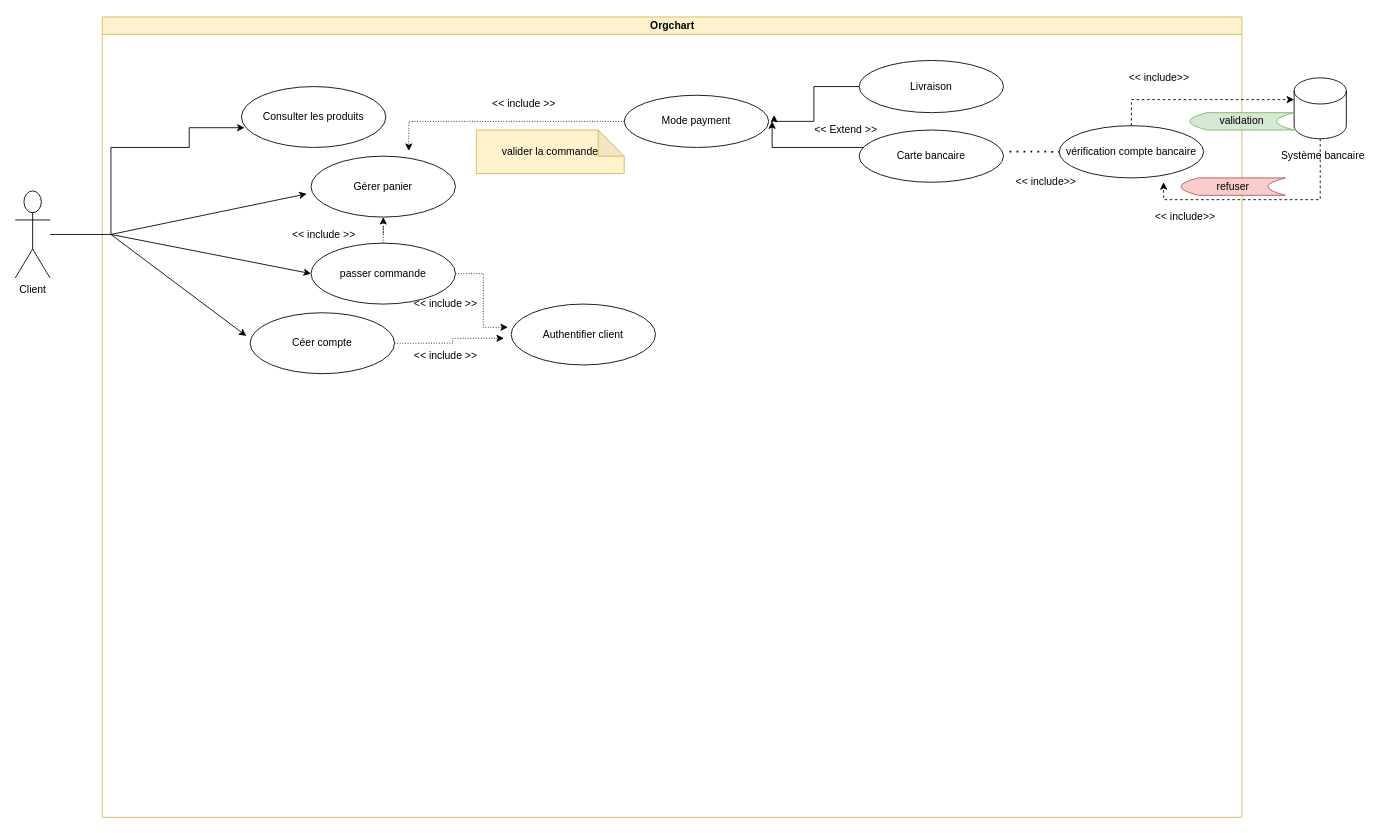
Above: Untitled Diagram.drawio in said11707/Conception-de-la-premi-re-version-du-site-one-bleach.uni- (draw.io), before the change. Source tidied: cells renumbered, new cells numbered last; positions are measured from the earlier drawing's top-left corner, leaving out a move shared by most shapes. Both pictures are drawn from the tidied source at 87%, with x=0, y=0 at pixel (15, 17).
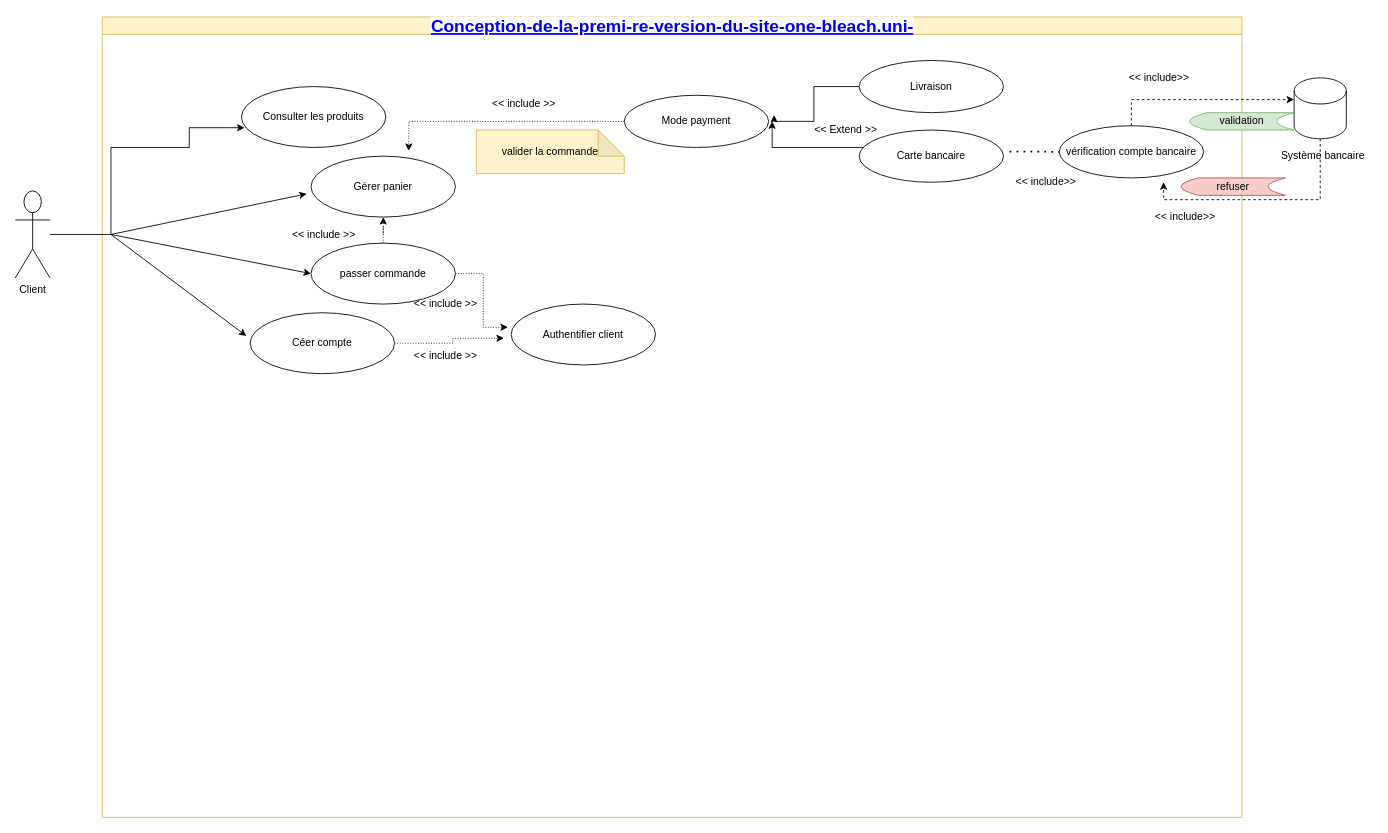
After the change.

The edit, as a diff of the source:
```diff
@@
-    <mxCell id="2" value="Orgchart" style="swimlane;html=1;startSize=20;horizontal=1;containerType=tree;glass=0;fillColor=#fff2cc;strokeColor=#d6b656;" parent="1" vertex="1">
+    <mxCell id="2" value="&lt;a class=&quot;&quot; href=&quot;https://github.com/said11707/Conception-de-la-premi-re-version-du-site-one-bleach.uni-&quot; style=&quot;box-sizing: border-box ; background-color: rgb(250 , 251 , 252) ; font-family: , &amp;#34;blinkmacsystemfont&amp;#34; , &amp;#34;segoe ui&amp;#34; , &amp;#34;helvetica&amp;#34; , &amp;#34;arial&amp;#34; , sans-serif , &amp;#34;apple color emoji&amp;#34; , &amp;#34;segoe ui emoji&amp;#34; ; font-size: 20px&quot;&gt;Conception-de-la-premi-re-version-du-site-one-bleach.uni-&lt;/a&gt;" style="swimlane;html=1;startSize=20;horizontal=1;containerType=tree;glass=0;fillColor=#fff2cc;strokeColor=#d6b656;" parent="1" vertex="1">
       <mxGeometry x="100" width="1310" height="920" as="geometry" />
     </mxCell>
```
